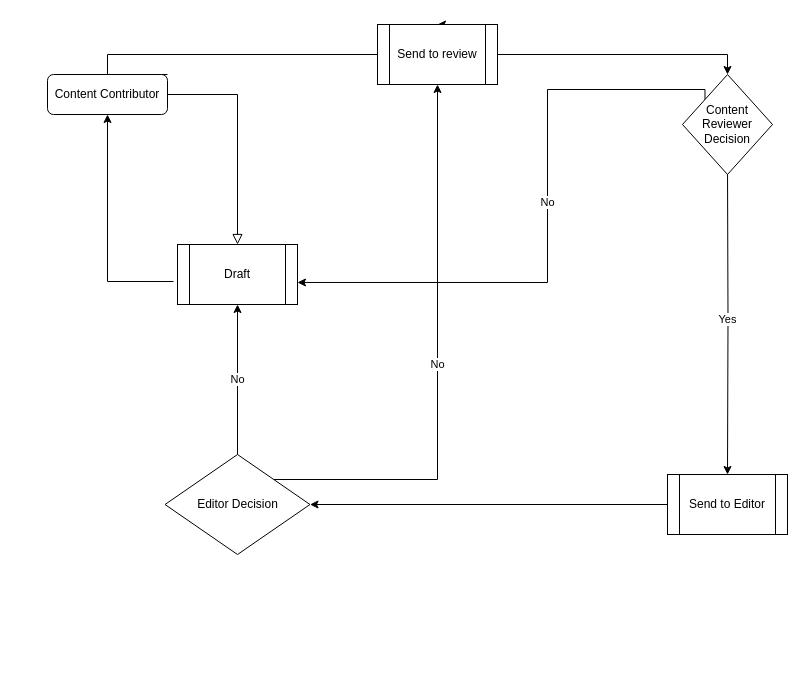
Earlier version of the draw.io diagram Untitled Diagram.drawio (rjeyasundharam/ehs-role-permissions). Source tidied: cells renumbered, new cells numbered last; positions are measured from the earlier drawing's top-left corner, leaving out a move shared by most shapes. Both pictures are drawn from the tidied source at 100%, with x=0, y=0 at pixel (47, 24).
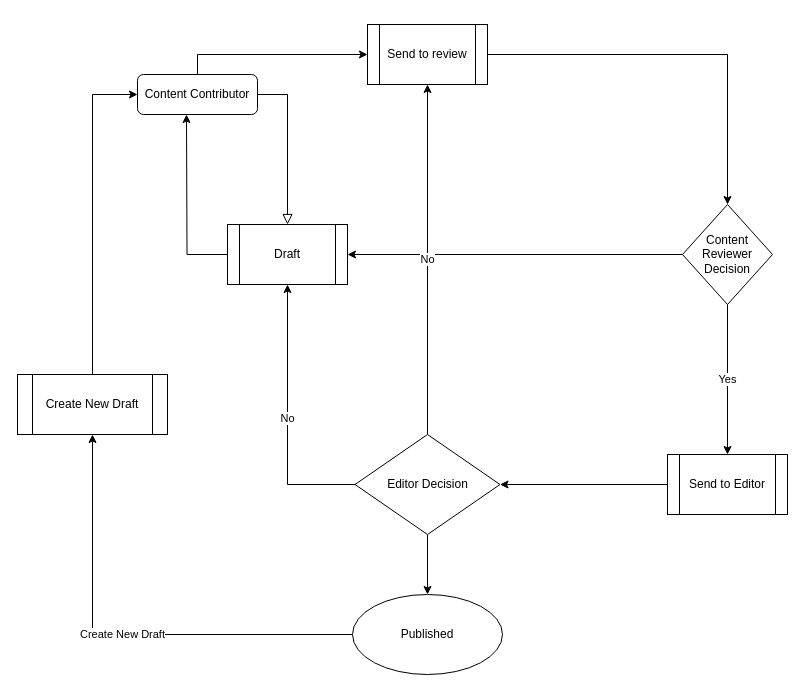
Above is the later version.

Diff of the diagram source:
```diff
@@
     <mxCell id="2" style="rounded=0;html=1;jettySize=auto;fontSize=11;endArrow=block;endFill=0;endSize=8;strokeWidth=1;shadow=0;labelBackgroundColor=none;edgeStyle=orthogonalEdgeStyle;entryX=0.5;entryY=0;entryDx=0;entryDy=0;" parent="1" edge="1" source="4" target="13">
-      <mxGeometry relative="1" as="geometry" />
+      <mxGeometry relative="1" as="geometry">
+        <Array as="points">
+          <mxPoint x="240" y="70" />
+        </Array>
+      </mxGeometry>
     </mxCell>
-    <mxCell id="3" style="edgeStyle=orthogonalEdgeStyle;rounded=0;jettySize=auto;html=1;exitX=1;exitY=0;exitDx=0;exitDy=0;entryX=0.5;entryY=0;entryDx=0;entryDy=0;" parent="1" edge="1" source="4" target="10">
+    <mxCell id="3" style="edgeStyle=orthogonalEdgeStyle;rounded=0;jettySize=auto;html=1;exitX=0.5;exitY=0;exitDx=0;exitDy=0;entryX=0;entryY=0.5;entryDx=0;entryDy=0;" parent="1" edge="1" source="4" target="10">
       <mxGeometry relative="1" as="geometry">
         <Array as="points">
-          <mxPoint x="60" y="50" />
-          <mxPoint x="60" y="30" />
-          <mxPoint x="410" y="30" />
+          <mxPoint x="150" y="30" />
         </Array>
       </mxGeometry>
     </mxCell>
     <mxCell id="4" value="Content Contributor" style="rounded=1;whiteSpace=wrap;html=1;fontSize=12;glass=0;strokeWidth=1;shadow=0;" parent="1" vertex="1">
-      <mxGeometry y="50" width="120" height="40" as="geometry" />
+      <mxGeometry x="90" y="50" width="120" height="40" as="geometry" />
     </mxCell>
-    <mxCell id="5" style="edgeStyle=orthogonalEdgeStyle;rounded=0;jettySize=auto;html=1;exitX=-0.033;exitY=0.617;exitDx=0;exitDy=0;entryX=0.5;entryY=1;entryDx=0;entryDy=0;exitPerimeter=0;" parent="1" edge="1" source="13" target="4">
-      <mxGeometry relative="1" as="geometry" />
+    <mxCell id="5" style="edgeStyle=orthogonalEdgeStyle;rounded=0;jettySize=auto;html=1;exitX=0;exitY=0.5;exitDx=0;exitDy=0;entryX=0.5;entryY=1;entryDx=0;entryDy=0;" parent="1" edge="1" source="13">
+      <mxGeometry relative="1" as="geometry">
+        <mxPoint x="139" y="90" as="targetPoint" />
+      </mxGeometry>
     </mxCell>
-    <mxCell id="6" value="Yes" style="edgeStyle=orthogonalEdgeStyle;rounded=0;jettySize=auto;html=1;exitX=0.5;exitY=1;exitDx=0;exitDy=0;" parent="1" edge="1" target="12">
-      <mxGeometry relative="1" as="geometry">
-        <mxPoint x="680" y="140" as="sourcePoint" />
-      </mxGeometry>
+    <mxCell id="6" value="Yes" style="edgeStyle=orthogonalEdgeStyle;rounded=0;jettySize=auto;html=1;exitX=0.5;exitY=1;exitDx=0;exitDy=0;" parent="1" edge="1" source="14" target="12">
+      <mxGeometry relative="1" as="geometry" />
     </mxCell>
-    <mxCell id="7" value="No" style="edgeStyle=orthogonalEdgeStyle;rounded=0;jettySize=auto;html=1;exitX=0;exitY=1;exitDx=0;exitDy=0;entryX=1;entryY=0.633;entryDx=0;entryDy=0;entryPerimeter=0;" parent="1" edge="1" source="14" target="13">
-      <mxGeometry relative="1" as="geometry">
-        <Array as="points">
-          <mxPoint x="500" y="65" />
-          <mxPoint x="500" y="258" />
-        </Array>
-      </mxGeometry>
-    </mxCell>
-    <mxCell id="8" value="No" style="edgeStyle=orthogonalEdgeStyle;rounded=0;jettySize=auto;html=1;exitX=0.5;exitY=0;exitDx=0;exitDy=0;entryX=0.5;entryY=1;entryDx=0;entryDy=0;" parent="1" edge="1" source="16" target="13">
+    <mxCell id="8" value="No" style="edgeStyle=orthogonalEdgeStyle;rounded=0;jettySize=auto;html=1;exitX=0;exitY=0.5;exitDx=0;exitDy=0;entryX=0.5;entryY=1;entryDx=0;entryDy=0;" parent="1" edge="1" source="16" target="13">
       <mxGeometry relative="1" as="geometry" />
     </mxCell>
@@
     <mxCell id="10" value="Send to review" style="shape=process;whiteSpace=wrap;html=1;backgroundOutline=1;" parent="1" vertex="1">
-      <mxGeometry x="330" width="120" height="60" as="geometry" />
+      <mxGeometry x="320" width="120" height="60" as="geometry" />
     </mxCell>
@@
     <mxCell id="12" value="Send to Editor" style="shape=process;whiteSpace=wrap;html=1;backgroundOutline=1;" parent="1" vertex="1">
-      <mxGeometry x="620" y="450" width="120" height="60" as="geometry" />
+      <mxGeometry x="620" y="430" width="120" height="60" as="geometry" />
     </mxCell>
     <mxCell id="13" value="Draft" style="shape=process;whiteSpace=wrap;html=1;backgroundOutline=1;" parent="1" vertex="1">
-      <mxGeometry x="130" y="220" width="120" height="60" as="geometry" />
+      <mxGeometry x="180" y="200" width="120" height="60" as="geometry" />
     </mxCell>
+    <mxCell id="7" style="edgeStyle=orthogonalEdgeStyle;rounded=0;jettySize=auto;html=1;exitX=0;exitY=0.5;exitDx=0;exitDy=0;" parent="1" edge="1" source="14" target="13">
+      <mxGeometry relative="1" as="geometry" />
+    </mxCell>
     <mxCell id="14" value="Content Reviewer Decision" style="rhombus;whiteSpace=wrap;html=1;" parent="1" vertex="1">
-      <mxGeometry x="635" y="50" width="90" height="100" as="geometry" />
+      <mxGeometry x="635" y="180" width="90" height="100" as="geometry" />
     </mxCell>
-    <mxCell id="15" value="No" style="edgeStyle=orthogonalEdgeStyle;rounded=0;jettySize=auto;html=1;exitX=1;exitY=0;exitDx=0;exitDy=0;entryX=0.5;entryY=1;entryDx=0;entryDy=0;" parent="1" edge="1" source="16" target="10">
+    <mxCell id="15" value="No" style="edgeStyle=orthogonalEdgeStyle;rounded=0;jettySize=auto;html=1;exitX=0.5;exitY=0;exitDx=0;exitDy=0;entryX=0.5;entryY=1;entryDx=0;entryDy=0;" parent="1" edge="1" source="16" target="10">
       <mxGeometry relative="1" as="geometry" />
     </mxCell>
+    <mxCell id="17" style="edgeStyle=orthogonalEdgeStyle;rounded=0;jettySize=auto;html=1;" parent="1" edge="1" source="16" target="19">
+      <mxGeometry relative="1" as="geometry" />
+    </mxCell>
     <mxCell id="16" value="Editor Decision" style="rhombus;whiteSpace=wrap;html=1;" parent="1" vertex="1">
-      <mxGeometry x="117.5" y="430" width="145" height="100" as="geometry" />
+      <mxGeometry x="307.5" y="410" width="145" height="100" as="geometry" />
     </mxCell>
+    <mxCell id="18" value="Create New Draft" style="edgeStyle=orthogonalEdgeStyle;rounded=0;jettySize=auto;html=1;exitX=0;exitY=0.5;exitDx=0;exitDy=0;entryX=0.5;entryY=1;entryDx=0;entryDy=0;" parent="1" edge="1" source="19" target="21">
+      <mxGeometry relative="1" as="geometry">
+        <Array as="points">
+          <mxPoint x="45" y="610" />
+        </Array>
+      </mxGeometry>
+    </mxCell>
+    <mxCell id="19" value="Published" style="ellipse;whiteSpace=wrap;html=1;" parent="1" vertex="1">
+      <mxGeometry x="305" y="570" width="150" height="80" as="geometry" />
+    </mxCell>
+    <mxCell id="20" style="edgeStyle=orthogonalEdgeStyle;rounded=0;jettySize=auto;html=1;exitX=0.5;exitY=0;exitDx=0;exitDy=0;entryX=0;entryY=0.5;entryDx=0;entryDy=0;" parent="1" edge="1" source="21" target="4">
+      <mxGeometry relative="1" as="geometry" />
+    </mxCell>
+    <mxCell id="21" value="Create New Draft" style="shape=process;whiteSpace=wrap;html=1;backgroundOutline=1;" parent="1" vertex="1">
+      <mxGeometry x="-30" y="350" width="150" height="60" as="geometry" />
+    </mxCell>
```
